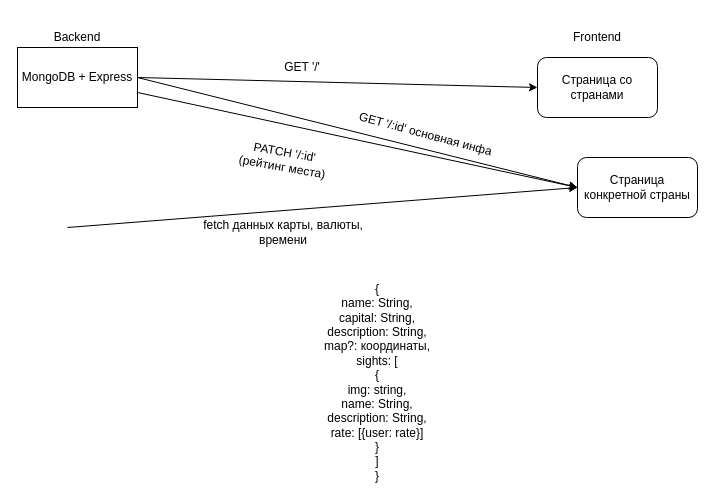
Before: Untitled Diagram.drawio in vzabavski/test-backend, a draw.io diagram. Source tidied: cells renumbered, new cells numbered last; positions are measured from the earlier drawing's top-left corner, leaving out a move shared by most shapes. Both pictures are drawn from the tidied source at 100%, with x=0, y=0 at pixel (17, 17).
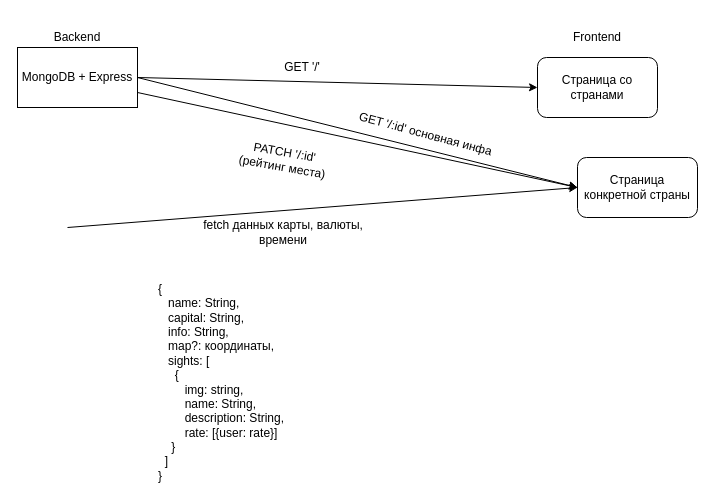
The same diagram, later.

The edit, as a diff of the source:
```diff
@@
 <mxGraphModel>
   <root>
     <mxCell id="0" />
     <mxCell id="1" parent="0" />
     <mxCell id="2" value="Backend" style="text;html=1;strokeColor=none;fillColor=none;align=center;verticalAlign=middle;whiteSpace=wrap;rounded=0;" parent="1" vertex="1">
       <mxGeometry width="120" height="40" as="geometry" />
     </mxCell>
     <mxCell id="3" value="Frontend" style="text;html=1;strokeColor=none;fillColor=none;align=center;verticalAlign=middle;whiteSpace=wrap;rounded=0;" parent="1" vertex="1">
       <mxGeometry x="510" width="140" height="40" as="geometry" />
     </mxCell>
     <mxCell id="4" value="MongoDB + Express" style="rounded=0;whiteSpace=wrap;html=1;" parent="1" vertex="1">
       <mxGeometry y="30" width="120" height="60" as="geometry" />
     </mxCell>
     <mxCell id="5" value="Страница со странами" style="rounded=1;whiteSpace=wrap;html=1;" parent="1" vertex="1">
       <mxGeometry x="520" y="40" width="120" height="60" as="geometry" />
     </mxCell>
     <mxCell id="6" value="&lt;div&gt;Страница конкретной страны&lt;/div&gt;" style="rounded=1;whiteSpace=wrap;html=1;" parent="1" vertex="1">
       <mxGeometry x="560" y="140" width="120" height="60" as="geometry" />
     </mxCell>
     <mxCell id="7" style="endArrow=classic;html=1;exitX=1;exitY=0.5;exitDx=0;exitDy=0;entryX=0;entryY=0.5;entryDx=0;entryDy=0;" parent="1" edge="1" source="4" target="5">
       <mxGeometry relative="1" as="geometry" />
     </mxCell>
     <mxCell id="8" value="GET '/'" style="text;html=1;strokeColor=none;fillColor=none;align=center;verticalAlign=middle;whiteSpace=wrap;rounded=0;" parent="1" vertex="1">
       <mxGeometry x="220" y="40" width="130" height="20" as="geometry" />
     </mxCell>
     <mxCell id="9" style="endArrow=classic;html=1;exitX=1;exitY=0.5;exitDx=0;exitDy=0;entryX=0;entryY=0.5;entryDx=0;entryDy=0;" parent="1" edge="1" source="4" target="6">
       <mxGeometry relative="1" as="geometry" />
     </mxCell>
     <mxCell id="10" value="GET '/:id' основная инфа" style="text;html=1;strokeColor=none;fillColor=none;align=center;verticalAlign=middle;whiteSpace=wrap;rounded=0;rotation=15;" parent="1" vertex="1">
       <mxGeometry x="329.1" y="106.7" width="159.4" height="20" as="geometry" />
     </mxCell>
     <mxCell id="11" style="endArrow=classic;html=1;entryX=0;entryY=0.5;entryDx=0;entryDy=0;" parent="1" edge="1" target="6">
       <mxGeometry relative="1" as="geometry">
         <mxPoint x="50" y="210" as="sourcePoint" />
       </mxGeometry>
     </mxCell>
     <mxCell id="12" value="fetch данных карты, валюты, времени" style="text;html=1;strokeColor=none;fillColor=none;align=center;verticalAlign=middle;whiteSpace=wrap;rounded=0;rotation=0;" parent="1" vertex="1">
       <mxGeometry x="182.2" y="200" width="167.8" height="30" as="geometry" />
     </mxCell>
     <mxCell id="13" style="endArrow=classic;html=1;exitX=1;exitY=0.75;exitDx=0;exitDy=0;entryX=0;entryY=0.5;entryDx=0;entryDy=0;" parent="1" edge="1" source="4" target="6">
       <mxGeometry relative="1" as="geometry" />
     </mxCell>
     <mxCell id="14" value="&lt;div&gt;PATCH '/:id'&lt;/div&gt;&lt;div&gt;(рейтинг места)&lt;/div&gt;" style="text;html=1;strokeColor=none;fillColor=none;align=center;verticalAlign=middle;whiteSpace=wrap;rounded=0;rotation=10;" parent="1" vertex="1">
       <mxGeometry x="170.7" y="126.7" width="190.9" height="30" as="geometry" />
     </mxCell>
-    <mxCell id="15" value="&lt;div&gt;{&lt;/div&gt;&lt;div&gt;name: String,&lt;/div&gt;&lt;div&gt;capital: String,&lt;/div&gt;&lt;div&gt;description: String,&lt;/div&gt;&lt;div&gt;map?: координаты,&lt;/div&gt;&lt;div&gt;sights: [&lt;/div&gt;&lt;div&gt;{&lt;/div&gt;&lt;div&gt;img: string,&lt;/div&gt;&lt;div&gt;name: String,&lt;/div&gt;&lt;div&gt;description: String,&lt;/div&gt;&lt;div&gt;rate: [{user: rate}]&lt;br&gt;&lt;/div&gt;&lt;div&gt;}&lt;br&gt;&lt;/div&gt;&lt;div&gt;]&lt;br&gt;&lt;/div&gt;&lt;div&gt;}&lt;br&gt;&lt;/div&gt;" style="text;html=1;strokeColor=none;fillColor=none;align=center;verticalAlign=middle;whiteSpace=wrap;rounded=0;" parent="1" vertex="1">
+    <mxCell id="15" value="&lt;div align=&quot;left&quot;&gt;{&lt;/div&gt;&lt;div align=&quot;left&quot;&gt;&amp;nbsp;&amp;nbsp; name: String,&lt;/div&gt;&lt;div align=&quot;left&quot;&gt;&amp;nbsp;&amp;nbsp; capital: String,&lt;/div&gt;&lt;div align=&quot;left&quot;&gt;&amp;nbsp;&amp;nbsp; info: String,&lt;/div&gt;&lt;div align=&quot;left&quot;&gt;&amp;nbsp;&amp;nbsp; map?: координаты,&lt;/div&gt;&lt;div align=&quot;left&quot;&gt;&amp;nbsp;&amp;nbsp; sights: [&lt;/div&gt;&lt;div align=&quot;left&quot;&gt;&amp;nbsp;&amp;nbsp;&amp;nbsp;&amp;nbsp; {&lt;/div&gt;&lt;div align=&quot;left&quot;&gt;&amp;nbsp;&amp;nbsp;&amp;nbsp;&amp;nbsp;&amp;nbsp;&amp;nbsp;&amp;nbsp; img: string,&lt;/div&gt;&lt;div align=&quot;left&quot;&gt;&amp;nbsp;&amp;nbsp;&amp;nbsp;&amp;nbsp;&amp;nbsp;&amp;nbsp;&amp;nbsp; name: String,&lt;/div&gt;&lt;div align=&quot;left&quot;&gt;&amp;nbsp;&amp;nbsp;&amp;nbsp;&amp;nbsp;&amp;nbsp;&amp;nbsp;&amp;nbsp; description: String,&lt;/div&gt;&lt;div align=&quot;left&quot;&gt;&amp;nbsp;&amp;nbsp;&amp;nbsp;&amp;nbsp;&amp;nbsp;&amp;nbsp;&amp;nbsp; rate: [{user: rate}]&lt;br&gt;&lt;/div&gt;&lt;div align=&quot;left&quot;&gt;&amp;nbsp;&amp;nbsp;&amp;nbsp; }&lt;br&gt;&lt;/div&gt;&lt;div align=&quot;left&quot;&gt;&amp;nbsp; ]&lt;br&gt;&lt;/div&gt;&lt;div align=&quot;left&quot;&gt;}&lt;br&gt;&lt;/div&gt;" style="text;html=1;strokeColor=none;fillColor=none;align=left;verticalAlign=middle;whiteSpace=wrap;rounded=0;" parent="1" vertex="1">
       <mxGeometry x="138.5" y="260" width="441.5" height="210" as="geometry" />
     </mxCell>
   </root>
 </mxGraphModel>
```
